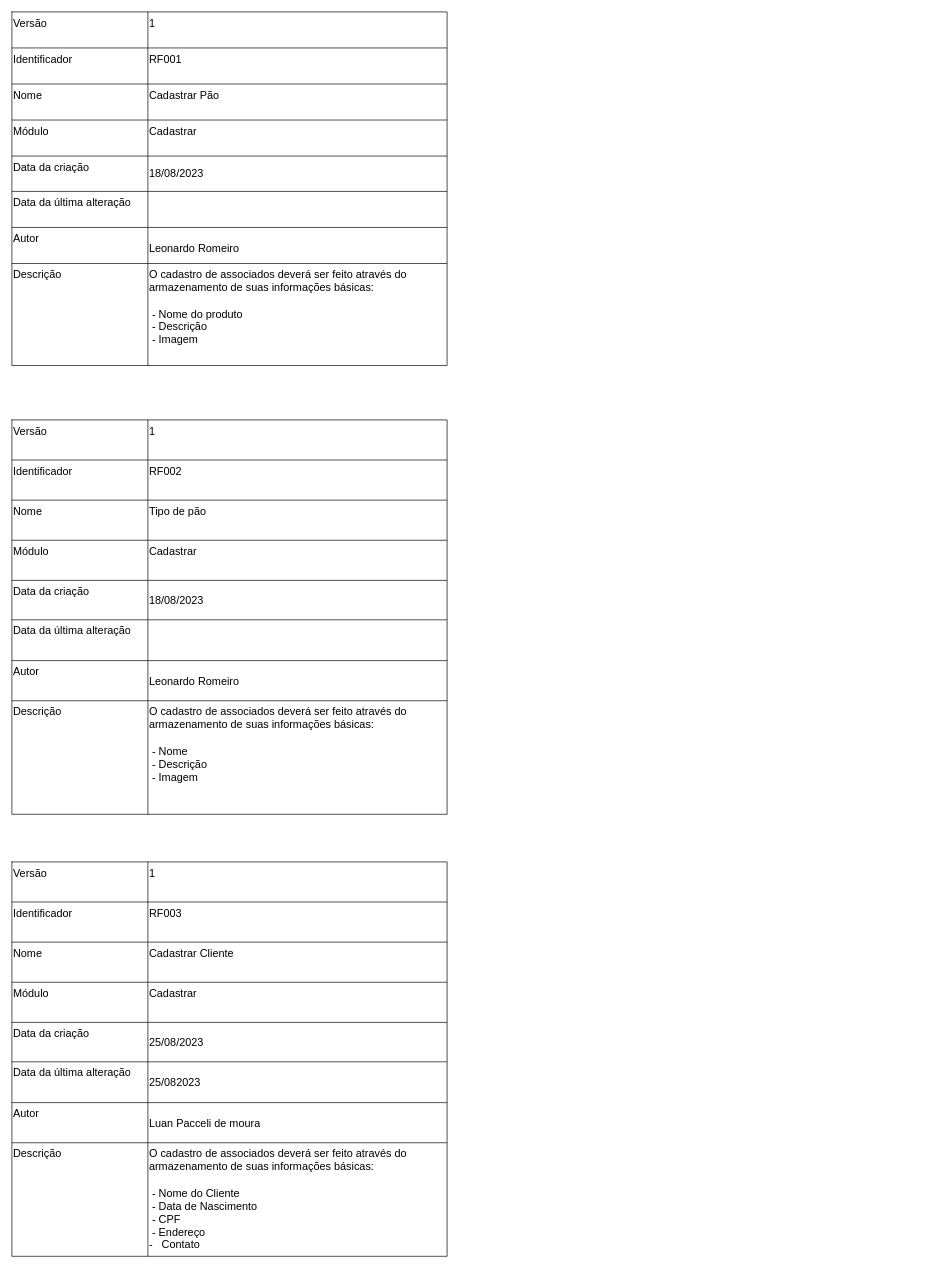
Earlier version of the draw.io diagram Diagramas/formulario_de_requisitos.drawio (LeozinRomeiro/Modelagem_SENAI_CTM). Source tidied: cells renumbered, new cells numbered last; positions are measured from the earlier drawing's top-left corner, leaving out a move shared by most shapes. Both pictures are drawn from the tidied source at 68%, with x=0, y=0 at pixel (12, 12).
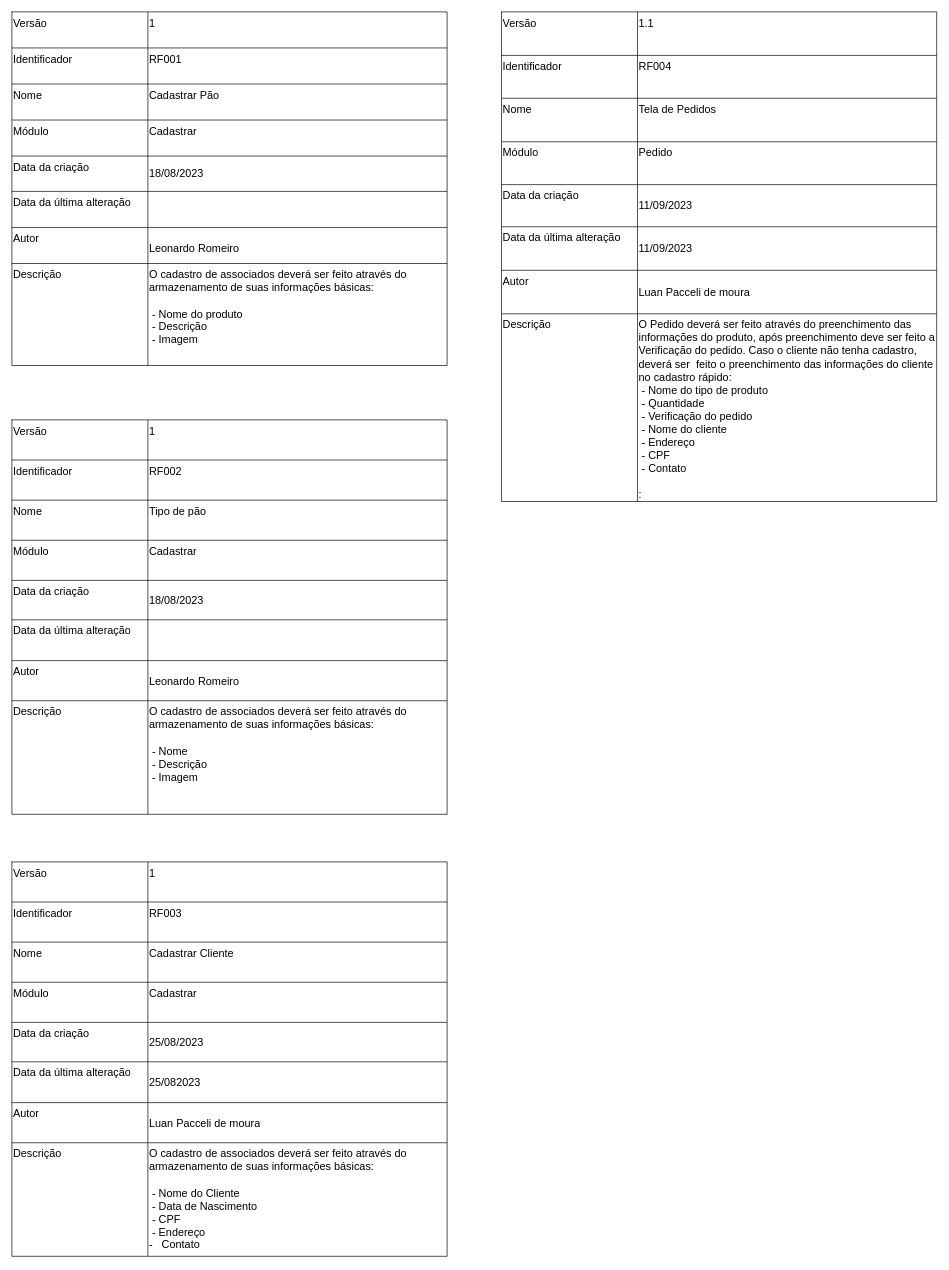
Above is the later version.

Change to the diagram source:
```diff
@@
+    <mxCell id="77" style="shape=table;startSize=0;childLayout=tableLayout;fontSize=16;" parent="1" vertex="1">
+      <mxGeometry x="720" width="640" height="720" as="geometry" />
+    </mxCell>
+    <mxCell id="78" style="shape=tableRow;horizontal=0;startSize=0;swimlaneHead=0;swimlaneBody=0;strokeColor=inherit;top=0;left=0;bottom=0;right=0;fillColor=none;fontSize=16;" parent="77" vertex="1">
+      <mxGeometry width="640" height="64" as="geometry" />
+    </mxCell>
+    <mxCell id="79" value="Versão" style="shape=partialRectangle;html=1;whiteSpace=wrap;strokeColor=inherit;overflow=hidden;fillColor=none;top=0;left=0;bottom=0;right=0;fontSize=16;align=left;verticalAlign=top;" parent="78" vertex="1">
+      <mxGeometry width="200" height="64" as="geometry" />
+    </mxCell>
+    <mxCell id="80" value="1.1" style="shape=partialRectangle;html=1;whiteSpace=wrap;strokeColor=inherit;overflow=hidden;fillColor=none;top=0;left=0;bottom=0;right=0;fontSize=16;align=left;verticalAlign=top;" parent="78" vertex="1">
+      <mxGeometry x="200" width="440" height="64" as="geometry" />
+    </mxCell>
+    <mxCell id="81" style="shape=tableRow;horizontal=0;startSize=0;swimlaneHead=0;swimlaneBody=0;strokeColor=inherit;top=0;left=0;bottom=0;right=0;fillColor=none;fontSize=16;" parent="77" vertex="1">
+      <mxGeometry y="64" width="640" height="63" as="geometry" />
+    </mxCell>
+    <mxCell id="82" value="Identificador" style="shape=partialRectangle;html=1;whiteSpace=wrap;strokeColor=inherit;overflow=hidden;fillColor=none;top=0;left=0;bottom=0;right=0;fontSize=16;align=left;verticalAlign=top;" parent="81" vertex="1">
+      <mxGeometry width="200" height="63" as="geometry" />
+    </mxCell>
+    <mxCell id="83" value="RF004" style="shape=partialRectangle;html=1;whiteSpace=wrap;strokeColor=inherit;overflow=hidden;fillColor=none;top=0;left=0;bottom=0;right=0;fontSize=16;align=left;verticalAlign=top;" parent="81" vertex="1">
+      <mxGeometry x="200" width="440" height="63" as="geometry" />
+    </mxCell>
+    <mxCell id="84" style="shape=tableRow;horizontal=0;startSize=0;swimlaneHead=0;swimlaneBody=0;strokeColor=inherit;top=0;left=0;bottom=0;right=0;fillColor=none;fontSize=16;" parent="77" vertex="1">
+      <mxGeometry y="127" width="640" height="64" as="geometry" />
+    </mxCell>
+    <mxCell id="85" value="Nome" style="shape=partialRectangle;html=1;whiteSpace=wrap;strokeColor=inherit;overflow=hidden;fillColor=none;top=0;left=0;bottom=0;right=0;fontSize=16;align=left;verticalAlign=top;" parent="84" vertex="1">
+      <mxGeometry width="200" height="64" as="geometry" />
+    </mxCell>
+    <mxCell id="86" value="Tela de Pedidos" style="shape=partialRectangle;html=1;whiteSpace=wrap;strokeColor=inherit;overflow=hidden;fillColor=none;top=0;left=0;bottom=0;right=0;fontSize=16;align=left;verticalAlign=top;" parent="84" vertex="1">
+      <mxGeometry x="200" width="440" height="64" as="geometry" />
+    </mxCell>
+    <mxCell id="87" style="shape=tableRow;horizontal=0;startSize=0;swimlaneHead=0;swimlaneBody=0;strokeColor=inherit;top=0;left=0;bottom=0;right=0;fillColor=none;fontSize=16;" parent="77" vertex="1">
+      <mxGeometry y="191" width="640" height="63" as="geometry" />
+    </mxCell>
+    <mxCell id="88" value="Módulo" style="shape=partialRectangle;html=1;whiteSpace=wrap;strokeColor=inherit;overflow=hidden;fillColor=none;top=0;left=0;bottom=0;right=0;fontSize=16;align=left;verticalAlign=top;" parent="87" vertex="1">
+      <mxGeometry width="200" height="63" as="geometry" />
+    </mxCell>
+    <mxCell id="89" value="Pedido" style="shape=partialRectangle;html=1;whiteSpace=wrap;strokeColor=inherit;overflow=hidden;fillColor=none;top=0;left=0;bottom=0;right=0;fontSize=16;align=left;verticalAlign=top;" parent="87" vertex="1">
+      <mxGeometry x="200" width="440" height="63" as="geometry" />
+    </mxCell>
+    <mxCell id="90" style="shape=tableRow;horizontal=0;startSize=0;swimlaneHead=0;swimlaneBody=0;strokeColor=inherit;top=0;left=0;bottom=0;right=0;fillColor=none;fontSize=16;" parent="77" vertex="1">
+      <mxGeometry y="254" width="640" height="62" as="geometry" />
+    </mxCell>
+    <mxCell id="91" value="Data da criação" style="shape=partialRectangle;html=1;whiteSpace=wrap;strokeColor=inherit;overflow=hidden;fillColor=none;top=0;left=0;bottom=0;right=0;fontSize=16;align=left;verticalAlign=top;" parent="90" vertex="1">
+      <mxGeometry width="200" height="62" as="geometry" />
+    </mxCell>
+    <mxCell id="92" value="11/09/2023" style="shape=partialRectangle;html=1;whiteSpace=wrap;strokeColor=inherit;overflow=hidden;fillColor=none;top=0;left=0;bottom=0;right=0;fontSize=16;align=left;" parent="90" vertex="1">
+      <mxGeometry x="200" width="440" height="62" as="geometry" />
+    </mxCell>
+    <mxCell id="93" style="shape=tableRow;horizontal=0;startSize=0;swimlaneHead=0;swimlaneBody=0;strokeColor=inherit;top=0;left=0;bottom=0;right=0;fillColor=none;fontSize=16;" parent="77" vertex="1">
+      <mxGeometry y="316" width="640" height="64" as="geometry" />
+    </mxCell>
+    <mxCell id="94" value="Data da última alteração" style="shape=partialRectangle;html=1;whiteSpace=wrap;strokeColor=inherit;overflow=hidden;fillColor=none;top=0;left=0;bottom=0;right=0;fontSize=16;align=left;verticalAlign=top;" parent="93" vertex="1">
+      <mxGeometry width="200" height="64" as="geometry" />
+    </mxCell>
+    <mxCell id="95" value="11/09/2023" style="shape=partialRectangle;html=1;whiteSpace=wrap;strokeColor=inherit;overflow=hidden;fillColor=none;top=0;left=0;bottom=0;right=0;fontSize=16;align=left;" parent="93" vertex="1">
+      <mxGeometry x="200" width="440" height="64" as="geometry" />
+    </mxCell>
+    <mxCell id="96" style="shape=tableRow;horizontal=0;startSize=0;swimlaneHead=0;swimlaneBody=0;strokeColor=inherit;top=0;left=0;bottom=0;right=0;fillColor=none;fontSize=16;" parent="77" vertex="1">
+      <mxGeometry y="380" width="640" height="64" as="geometry" />
+    </mxCell>
+    <mxCell id="97" value="Autor&amp;nbsp;" style="shape=partialRectangle;html=1;whiteSpace=wrap;strokeColor=inherit;overflow=hidden;fillColor=none;top=0;left=0;bottom=0;right=0;fontSize=16;align=left;verticalAlign=top;" parent="96" vertex="1">
+      <mxGeometry width="200" height="64" as="geometry" />
+    </mxCell>
+    <mxCell id="98" value="Luan Pacceli de moura" style="shape=partialRectangle;html=1;whiteSpace=wrap;strokeColor=inherit;overflow=hidden;fillColor=none;top=0;left=0;bottom=0;right=0;fontSize=16;align=left;" parent="96" vertex="1">
+      <mxGeometry x="200" width="440" height="64" as="geometry" />
+    </mxCell>
+    <mxCell id="99" style="shape=tableRow;horizontal=0;startSize=0;swimlaneHead=0;swimlaneBody=0;strokeColor=inherit;top=0;left=0;bottom=0;right=0;fillColor=none;fontSize=16;" parent="77" vertex="1">
+      <mxGeometry y="444" width="640" height="276" as="geometry" />
+    </mxCell>
+    <mxCell id="100" value="Descrição" style="shape=partialRectangle;html=1;whiteSpace=wrap;strokeColor=inherit;overflow=hidden;fillColor=none;top=0;left=0;bottom=0;right=0;fontSize=16;align=left;verticalAlign=top;" parent="99" vertex="1">
+      <mxGeometry width="200" height="276" as="geometry" />
+    </mxCell>
+    <mxCell id="101" value="O Pedido deverá ser feito através do preenchimento das informações do produto, após preenchimento deve ser feito a Verificação do pedido. Caso o cliente não tenha cadastro, deverá ser&amp;nbsp; feito o preenchimento das informações do cliente no cadastro rápido:&lt;br&gt;&amp;nbsp;- Nome do tipo de produto&lt;br&gt;&amp;nbsp;- Quantidade&lt;br&gt;&amp;nbsp;- Verificação do pedido&lt;br&gt;&amp;nbsp;- Nome do cliente&lt;br&gt;&amp;nbsp;- Endereço&lt;br&gt;&amp;nbsp;- CPF&lt;br&gt;&amp;nbsp;- Contato&lt;br&gt;&amp;nbsp;&lt;br&gt;:" style="shape=partialRectangle;html=1;whiteSpace=wrap;strokeColor=inherit;overflow=hidden;fillColor=none;top=0;left=0;bottom=0;right=0;fontSize=16;align=left;verticalAlign=top;" parent="99" vertex="1">
+      <mxGeometry x="200" width="440" height="276" as="geometry" />
+    </mxCell>
```
